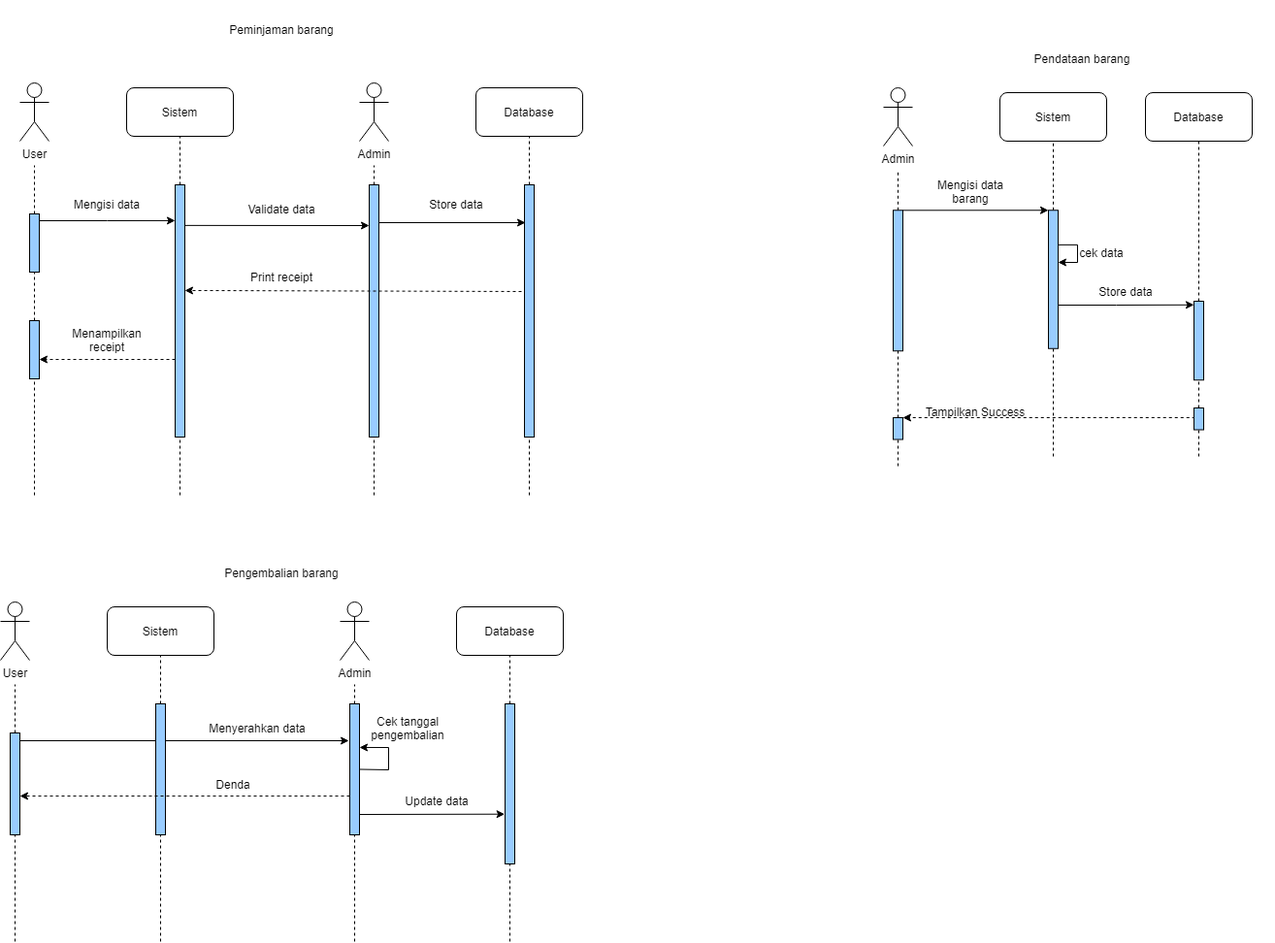
This is diagrams/Sequence Diagram.drawio.png from johannfac/aplikasipeminjamanaset, a draw.io export, as it was before one commit. Source tidied: cells renumbered, new cells last; positions are measured from the earlier drawing's top-left corner, leaving out a move shared by most shapes.
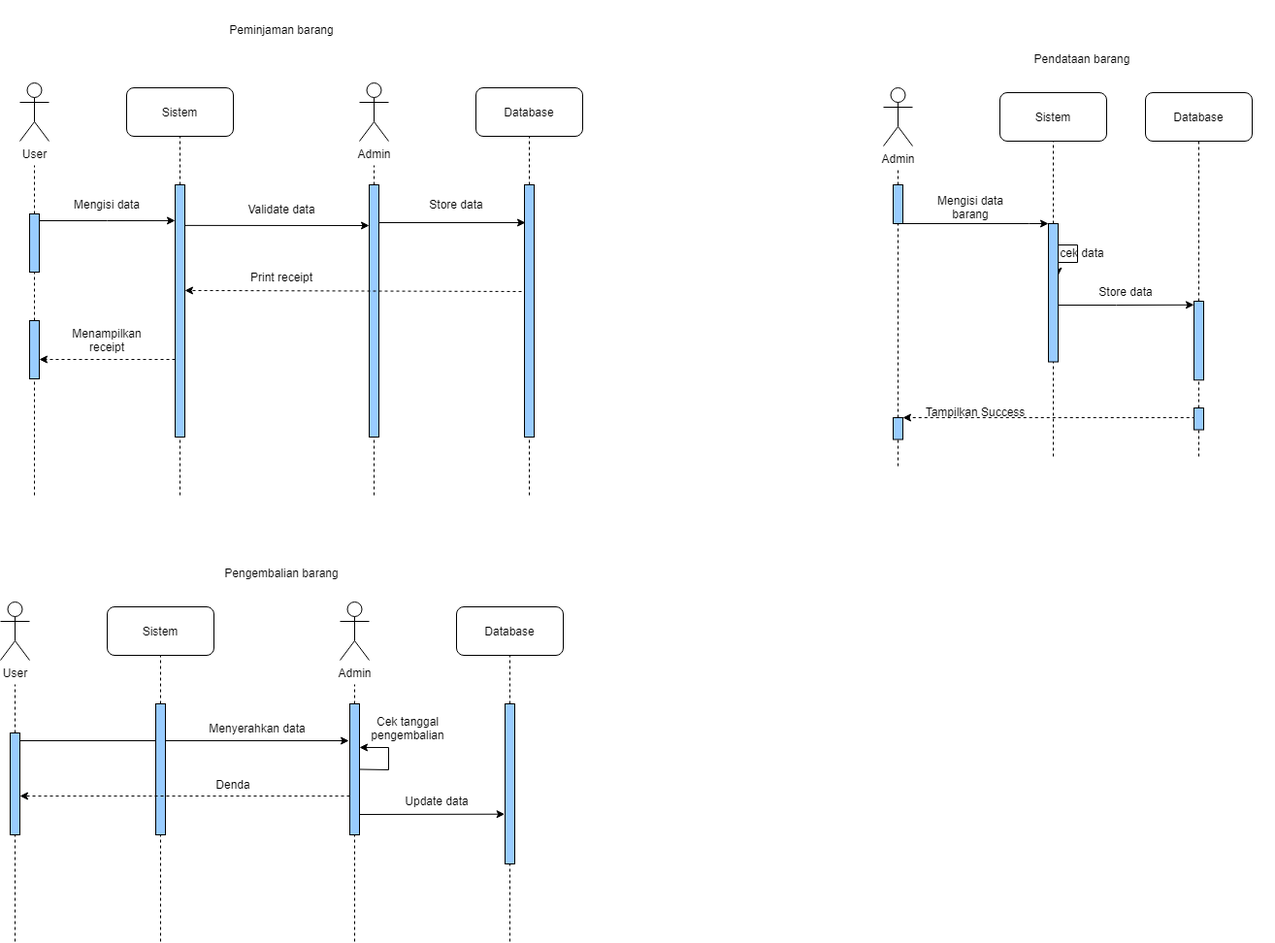
After the change.

What changed in the source:
```diff
@@ -139,15 +139,16 @@
         <mxPoint x="1235" y="145" as="targetPoint" />
       </mxGeometry>
     </mxCell>
-    <mxCell id="38" style="edgeStyle=orthogonalEdgeStyle;rounded=0;jettySize=auto;html=1;exitX=1;exitY=0;exitDx=0;exitDy=0;entryX=0;entryY=0;entryDx=0;entryDy=0;" parent="1" edge="1" source="39" target="42">
+    <mxCell id="38" style="edgeStyle=orthogonalEdgeStyle;rounded=0;jettySize=auto;html=1;exitX=1;exitY=1;exitDx=0;exitDy=0;entryX=0;entryY=0;entryDx=0;entryDy=0;" parent="1" edge="1" source="39" target="42">
       <mxGeometry relative="1" as="geometry">
         <Array as="points">
-          <mxPoint x="1080" y="216" />
+          <mxPoint x="1060" y="230" />
+          <mxPoint x="1060" y="230" />
         </Array>
       </mxGeometry>
     </mxCell>
     <mxCell id="39" style="rounded=0;whiteSpace=wrap;html=1;fillColor=#99CCFF;" parent="1" vertex="1">
-      <mxGeometry x="920" y="216.2" width="10" height="145" as="geometry" />
+      <mxGeometry x="920" y="190" width="10" height="40" as="geometry" />
     </mxCell>
     <mxCell id="40" style="endArrow=none;dashed=1;html=1;rounded=0;" parent="1" edge="1" source="56" target="39">
       <mxGeometry relative="1" as="geometry" />
@@ -161,10 +162,10 @@
       </mxGeometry>
     </mxCell>
     <mxCell id="42" style="rounded=0;whiteSpace=wrap;html=1;fillColor=#99CCFF;" parent="1" vertex="1">
-      <mxGeometry x="1080" y="216.2" width="10" height="142.5" as="geometry" />
+      <mxGeometry x="1080" y="230" width="10" height="142.5" as="geometry" />
     </mxCell>
     <mxCell id="43" value="Mengisi data barang" style="text;html=1;strokeColor=none;fillColor=none;align=center;verticalAlign=middle;whiteSpace=wrap;rounded=0;" parent="1" vertex="1">
-      <mxGeometry x="950" y="186.9" width="100" height="20" as="geometry" />
+      <mxGeometry x="960" y="195" width="80" height="35" as="geometry" />
     </mxCell>
     <mxCell id="44" style="edgeStyle=orthogonalEdgeStyle;rounded=0;orthogonalLoop=1;jettySize=auto;html=1;exitX=0.5;exitY=1;exitDx=0;exitDy=0;dashed=1;" parent="1" edge="1" source="43" target="43">
       <mxGeometry relative="1" as="geometry" />
@@ -234,7 +235,7 @@
       </mxGeometry>
     </mxCell>
     <mxCell id="59" value="cek data" style="text;html=1;strokeColor=none;fillColor=none;align=center;verticalAlign=middle;whiteSpace=wrap;rounded=0;" parent="1" vertex="1">
-      <mxGeometry x="1110" y="250" width="50" height="20" as="geometry" />
+      <mxGeometry x="1090" y="250" width="50" height="20" as="geometry" />
     </mxCell>
     <mxCell id="60" value="Sistem" style="rounded=1;whiteSpace=wrap;html=1;" parent="1" vertex="1">
       <mxGeometry x="110" y="625" width="110" height="50" as="geometry" />
```
